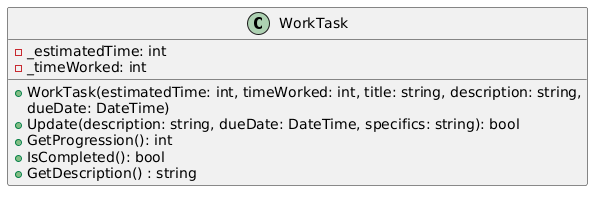
Before: src/assets/img/kmom05/classdiagramWorkTask.png, a diagram exported from PlantUML (bth-csharp/website).
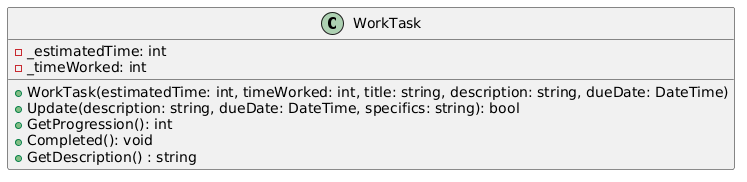
The same file after the commit.

Commit message:
Release kmom05, fix method in worktask classdiagram fix

The edit, as a diff of the source:
```diff
@@ -4,11 +4,10 @@
     - _estimatedTime: int
     - _timeWorked: int
 
-    + WorkTask(estimatedTime: int, timeWorked: int, title: string, description: string,
-          dueDate: DateTime)
+    + WorkTask(estimatedTime: int, timeWorked: int, title: string, description: string, dueDate: DateTime)
     + Update(description: string, dueDate: DateTime, specifics: string): bool
     + GetProgression(): int
-    + IsCompleted(): bool
+    + Completed(): void
     + GetDescription() : string
 }
 @enduml
```
